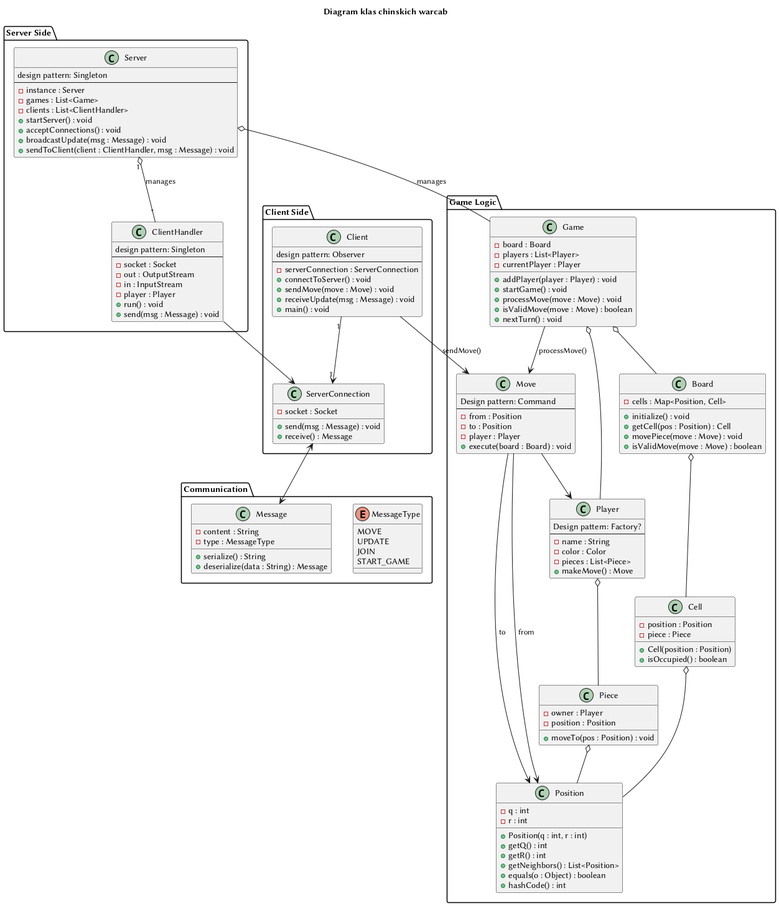
Before: diagrams/diagramKlas.png, a diagram exported from PlantUML (niooch/chinskieWarcaby).
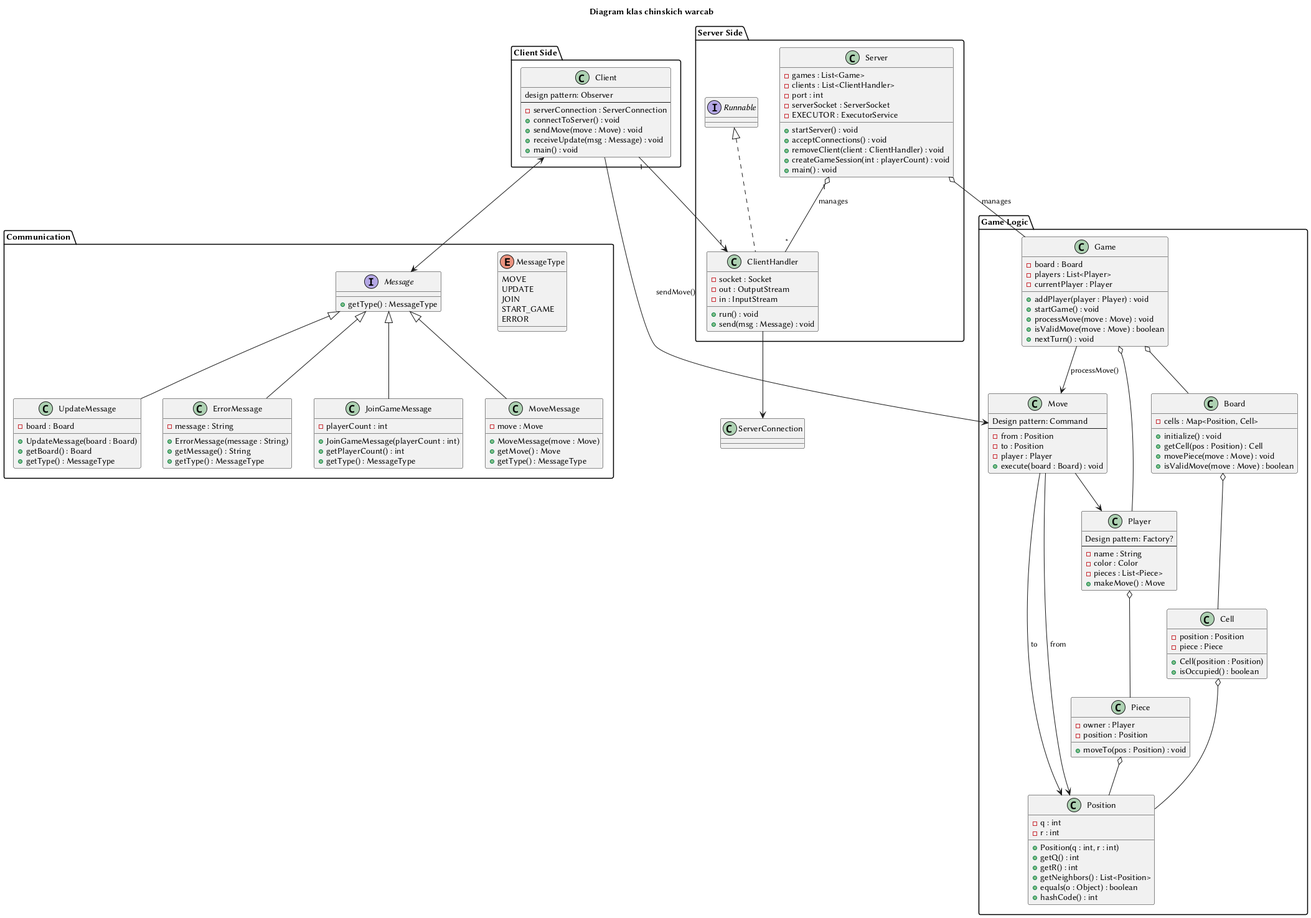
The same file after the commit.

What changed in the source:
```diff
@@ -4,24 +4,22 @@
 
 package "Server Side" {
     class Server {
-        design pattern: Singleton
-        --
-        - instance : Server
         - games : List<Game>
         - clients : List<ClientHandler>
+        - port : int
+        - serverSocket : ServerSocket
+        - EXECUTOR : ExecutorService
         + startServer() : void
         + acceptConnections() : void
-        + broadcastUpdate(msg : Message) : void
-        + sendToClient(client : ClientHandler, msg : Message) : void
+        + removeClient(client : ClientHandler) : void
+        + createGameSession(int : playerCount) : void
+        + main() : void
     }
 
-    class ClientHandler {
-        design pattern: Singleton
-        --
+    class ClientHandler implements Runnable {
         - socket : Socket
         - out : OutputStream
         - in : InputStream
-        - player : Player
         + run() : void
         + send(msg : Message) : void
     }
@@ -38,11 +36,6 @@
         + main() : void
     }
 
-    class ServerConnection {
-        - socket : Socket
-        + send(msg : Message) : void
-        + receive() : Message
-    }
 }
 
 package "Game Logic" {
@@ -106,11 +99,8 @@
 }
 
 package "Communication" {
-    class Message {
-        - content : String
-        - type : MessageType
-        + serialize() : String
-        + deserialize(data : String) : Message
+    interface Message {
+        + getType() : MessageType
     }
 
     enum MessageType {
@@ -118,15 +108,44 @@
         UPDATE
         JOIN
         START_GAME
+        ERROR
+    }
+
+    class JoinGameMessage {
+        - playerCount : int
+        + JoinGameMessage(playerCount : int)
+        + getPlayerCount() : int
+        + getType() : MessageType
+    }
+
+    class MoveMessage {
+        - move : Move
+        + MoveMessage(move : Move)
+        + getMove() : Move
+        + getType() : MessageType
+    }
+
+    class UpdateMessage {
+        - board : Board
+        + UpdateMessage(board : Board)
+        + getBoard() : Board
+        + getType() : MessageType
+    }
+
+    class ErrorMessage {
+        - message : String
+        + ErrorMessage(message : String)
+        + getMessage() : String
+        + getType() : MessageType
     }
 }
 
 Server "1" o-- "*" ClientHandler : manages
 ClientHandler --> ServerConnection
 
-Client "1" --> "1" ServerConnection
+Client "1" --> "1" ClientHandler
 
-ServerConnection <--> Message
+Client <--> Message
 
 Server o-- Game : manages
 Game o-- Board
@@ -142,4 +161,10 @@
 Client --> Move : sendMove()
 Game --> Move : processMove()
 
+Message <|-- JoinGameMessage
+Message <|-- MoveMessage
+Message <|-- UpdateMessage
+Message <|-- ErrorMessage
+
+
 @enduml
```
